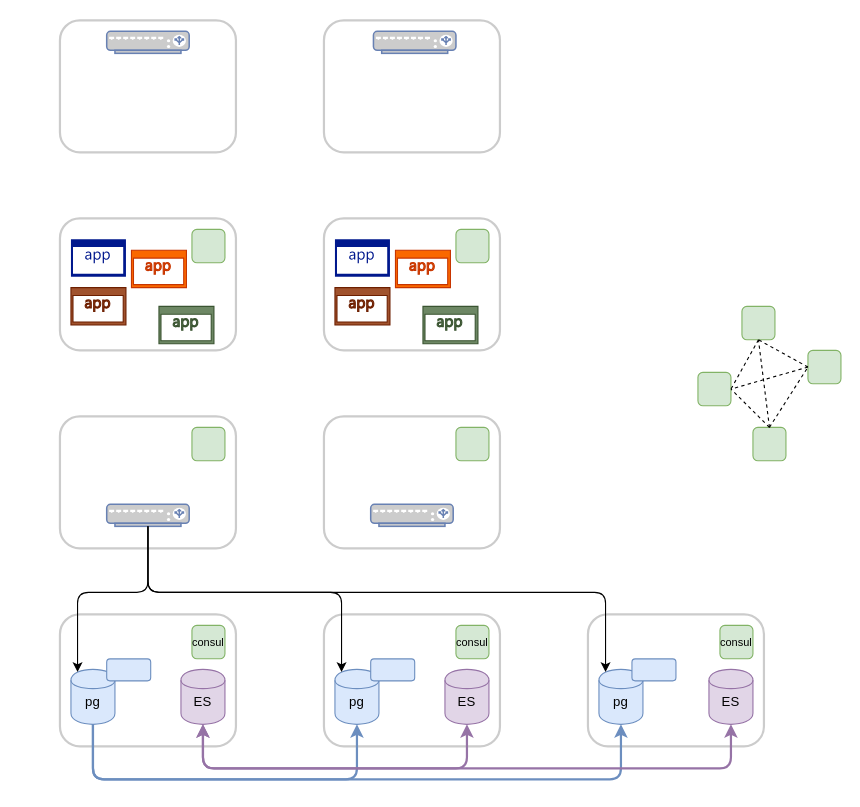
Above: arch/deployment.drawio in Arnauld/schema (draw.io), before the change. Source tidied: cells renumbered, new cells numbered last; positions are measured from the earlier drawing's top-left corner, leaving out a move shared by most shapes. Both pictures are drawn from the tidied source at 110%, with x=0, y=0 at pixel (59, 20).
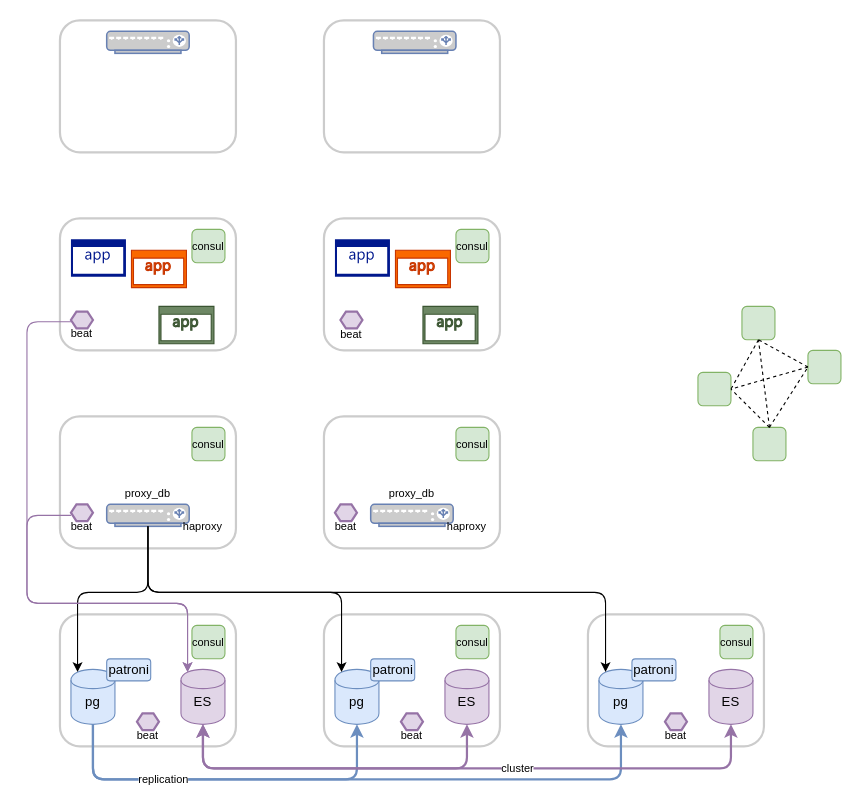
The same page after the edit.

Unchanged cells that the change refers to:
```xml
<mxCell id="22" style="shape=cylinder;whiteSpace=wrap;html=1;boundedLbl=1;backgroundOutline=1;fillColor=#e1d5e7;strokeColor=#9673a6;" parent="1" vertex="1">
  <mxGeometry x="110" y="590" width="40" height="50" as="geometry" />
</mxCell>
<mxCell id="41" style="edgeStyle=segmentEdgeStyle;endArrow=classic;html=1;exitX=0.5;exitY=1;exitDx=0;exitDy=0;entryX=0.5;entryY=1;entryDx=0;entryDy=0;fillColor=#dae8fc;strokeColor=#6c8ebf;strokeWidth=2;" parent="1" edge="1" source="21" target="19">
  <mxGeometry relative="1" as="geometry">
    <Array as="points">
      <mxPoint x="30" y="690" />
      <mxPoint x="510" y="690" />
    </Array>
  </mxGeometry>
</mxCell>
<mxCell id="42" style="edgeStyle=segmentEdgeStyle;endArrow=classic;html=1;exitX=0.5;exitY=1;exitDx=0;exitDy=0;entryX=0.5;entryY=1;entryDx=0;entryDy=0;startArrow=classic;startFill=1;fillColor=#e1d5e7;strokeColor=#9673a6;strokeWidth=2;" parent="1" edge="1" source="22" target="24">
  <mxGeometry relative="1" as="geometry">
    <Array as="points">
      <mxPoint x="130" y="680" />
      <mxPoint x="610" y="680" />
    </Array>
  </mxGeometry>
</mxCell>
```

Change to the diagram source:
```diff
@@
-    <mxCell id="25" style="rounded=1;whiteSpace=wrap;html=1;fillColor=#dae8fc;strokeColor=#6c8ebf;" parent="1" vertex="1">
+    <mxCell id="25" value="patroni" style="rounded=1;whiteSpace=wrap;html=1;fillColor=#dae8fc;strokeColor=#6c8ebf;" parent="1" vertex="1">
       <mxGeometry x="42.5" y="580.5" width="40" height="20" as="geometry" />
     </mxCell>
-    <mxCell id="26" style="rounded=1;whiteSpace=wrap;html=1;fillColor=#dae8fc;strokeColor=#6c8ebf;" parent="1" vertex="1">
+    <mxCell id="26" value="patroni" style="rounded=1;whiteSpace=wrap;html=1;fillColor=#dae8fc;strokeColor=#6c8ebf;" parent="1" vertex="1">
       <mxGeometry x="282.5" y="580.5" width="40" height="20" as="geometry" />
     </mxCell>
-    <mxCell id="27" style="rounded=1;whiteSpace=wrap;html=1;fillColor=#dae8fc;strokeColor=#6c8ebf;" parent="1" vertex="1">
+    <mxCell id="27" value="patroni" style="rounded=1;whiteSpace=wrap;html=1;fillColor=#dae8fc;strokeColor=#6c8ebf;" parent="1" vertex="1">
       <mxGeometry x="520" y="580.5" width="40" height="20" as="geometry" />
     </mxCell>
@@
-    <mxCell id="34" style="shadow=0;dashed=0;html=1;strokeColor=#6D1F00;labelPosition=center;verticalLabelPosition=bottom;verticalAlign=top;align=center;fillColor=#a0522d;shape=mxgraph.mscae.enterprise.application;fontColor=#ffffff;" parent="1" vertex="1">
-      <mxGeometry x="10" y="243" width="50" height="34" as="geometry" />
-    </mxCell>
@@
-    <mxCell id="36" style="shadow=0;dashed=0;html=1;strokeColor=#6D1F00;labelPosition=center;verticalLabelPosition=bottom;verticalAlign=top;align=center;fillColor=#a0522d;shape=mxgraph.mscae.enterprise.application;fontColor=#ffffff;" parent="1" vertex="1">
-      <mxGeometry x="250" y="243" width="50" height="34" as="geometry" />
-    </mxCell>
@@
+    <mxCell id="65" value="replication" style="edgeLabel;html=1;align=center;verticalAlign=middle;fontSize=10;" parent="41" vertex="1">
+      <mxGeometry x="-0.61" y="1" relative="1" as="geometry" />
+    </mxCell>
@@
+    <mxCell id="66" value="cluster" style="edgeLabel;html=1;align=center;verticalAlign=middle;fontSize=10;" parent="42" vertex="1">
+      <mxGeometry x="0.16" y="1" relative="1" as="geometry" />
+    </mxCell>
@@
+    <mxCell id="67" value="consul" style="text;html=1;strokeColor=none;fillColor=none;align=center;verticalAlign=middle;whiteSpace=wrap;rounded=0;fontSize=10;" parent="1" vertex="1">
+      <mxGeometry x="355" y="375.2" width="40" height="20" as="geometry" />
+    </mxCell>
+    <mxCell id="68" value="consul" style="text;html=1;strokeColor=none;fillColor=none;align=center;verticalAlign=middle;whiteSpace=wrap;rounded=0;fontSize=10;" parent="1" vertex="1">
+      <mxGeometry x="115" y="375.2" width="40" height="20" as="geometry" />
+    </mxCell>
+    <mxCell id="69" value="consul" style="text;html=1;strokeColor=none;fillColor=none;align=center;verticalAlign=middle;whiteSpace=wrap;rounded=0;fontSize=10;" parent="1" vertex="1">
+      <mxGeometry x="115" y="195.2" width="40" height="20" as="geometry" />
+    </mxCell>
+    <mxCell id="70" value="consul" style="text;html=1;strokeColor=none;fillColor=none;align=center;verticalAlign=middle;whiteSpace=wrap;rounded=0;fontSize=10;" parent="1" vertex="1">
+      <mxGeometry x="355" y="195.2" width="40" height="20" as="geometry" />
+    </mxCell>
+    <mxCell id="71" value="haproxy" style="text;html=1;strokeColor=none;fillColor=none;align=center;verticalAlign=middle;whiteSpace=wrap;rounded=0;fontSize=10;" parent="1" vertex="1">
+      <mxGeometry x="350" y="450" width="40" height="20" as="geometry" />
+    </mxCell>
+    <mxCell id="72" value="haproxy" style="text;html=1;strokeColor=none;fillColor=none;align=center;verticalAlign=middle;whiteSpace=wrap;rounded=0;fontSize=10;" parent="1" vertex="1">
+      <mxGeometry x="110" y="450" width="40" height="20" as="geometry" />
+    </mxCell>
+    <mxCell id="73" style="shape=hexagon;perimeter=hexagonPerimeter2;whiteSpace=wrap;html=1;strokeColor=#9673a6;strokeWidth=2;fontSize=10;fillColor=#e1d5e7;" parent="1" vertex="1">
+      <mxGeometry x="250" y="440" width="20" height="15.2" as="geometry" />
+    </mxCell>
+    <mxCell id="74" style="shape=hexagon;perimeter=hexagonPerimeter2;whiteSpace=wrap;html=1;strokeColor=#9673a6;strokeWidth=2;fontSize=10;fillColor=#e1d5e7;" parent="1" vertex="1">
+      <mxGeometry x="10" y="440" width="20" height="15.2" as="geometry" />
+    </mxCell>
+    <mxCell id="75" style="shape=hexagon;perimeter=hexagonPerimeter2;whiteSpace=wrap;html=1;strokeColor=#9673a6;strokeWidth=2;fontSize=10;fillColor=#e1d5e7;" parent="1" vertex="1">
+      <mxGeometry x="255" y="264.8" width="20" height="15.2" as="geometry" />
+    </mxCell>
+    <mxCell id="76" style="shape=hexagon;perimeter=hexagonPerimeter2;whiteSpace=wrap;html=1;strokeColor=#9673a6;strokeWidth=2;fontSize=10;fillColor=#e1d5e7;" parent="1" vertex="1">
+      <mxGeometry x="10" y="264.8" width="20" height="15.2" as="geometry" />
+    </mxCell>
+    <mxCell id="77" style="shape=hexagon;perimeter=hexagonPerimeter2;whiteSpace=wrap;html=1;strokeColor=#9673a6;strokeWidth=2;fontSize=10;fillColor=#e1d5e7;" parent="1" vertex="1">
+      <mxGeometry x="70" y="630" width="20" height="15.2" as="geometry" />
+    </mxCell>
+    <mxCell id="78" style="shape=hexagon;perimeter=hexagonPerimeter2;whiteSpace=wrap;html=1;strokeColor=#9673a6;strokeWidth=2;fontSize=10;fillColor=#e1d5e7;" parent="1" vertex="1">
+      <mxGeometry x="310" y="630" width="20" height="15.2" as="geometry" />
+    </mxCell>
+    <mxCell id="79" style="shape=hexagon;perimeter=hexagonPerimeter2;whiteSpace=wrap;html=1;strokeColor=#9673a6;strokeWidth=2;fontSize=10;fillColor=#e1d5e7;" parent="1" vertex="1">
+      <mxGeometry x="550" y="630" width="20" height="15.2" as="geometry" />
+    </mxCell>
+    <mxCell id="80" value="beat" style="text;html=1;strokeColor=none;fillColor=none;align=center;verticalAlign=middle;whiteSpace=wrap;rounded=0;fontSize=10;" parent="1" vertex="1">
+      <mxGeometry x="245" y="275.2" width="40" height="20" as="geometry" />
+    </mxCell>
+    <mxCell id="81" value="beat" style="text;html=1;strokeColor=none;fillColor=none;align=center;verticalAlign=middle;whiteSpace=wrap;rounded=0;fontSize=10;" parent="1" vertex="1">
+      <mxGeometry y="274" width="40" height="20" as="geometry" />
+    </mxCell>
+    <mxCell id="82" value="beat" style="text;html=1;strokeColor=none;fillColor=none;align=center;verticalAlign=middle;whiteSpace=wrap;rounded=0;fontSize=10;" parent="1" vertex="1">
+      <mxGeometry y="450" width="40" height="20" as="geometry" />
+    </mxCell>
+    <mxCell id="83" value="beat" style="text;html=1;strokeColor=none;fillColor=none;align=center;verticalAlign=middle;whiteSpace=wrap;rounded=0;fontSize=10;" parent="1" vertex="1">
+      <mxGeometry x="240" y="450" width="40" height="20" as="geometry" />
+    </mxCell>
+    <mxCell id="84" value="beat" style="text;html=1;strokeColor=none;fillColor=none;align=center;verticalAlign=middle;whiteSpace=wrap;rounded=0;fontSize=10;" parent="1" vertex="1">
+      <mxGeometry x="60" y="640" width="40" height="20" as="geometry" />
+    </mxCell>
+    <mxCell id="85" value="beat" style="text;html=1;strokeColor=none;fillColor=none;align=center;verticalAlign=middle;whiteSpace=wrap;rounded=0;fontSize=10;" parent="1" vertex="1">
+      <mxGeometry x="300" y="640" width="40" height="20" as="geometry" />
+    </mxCell>
+    <mxCell id="86" value="beat" style="text;html=1;strokeColor=none;fillColor=none;align=center;verticalAlign=middle;whiteSpace=wrap;rounded=0;fontSize=10;" parent="1" vertex="1">
+      <mxGeometry x="540" y="640" width="40" height="20" as="geometry" />
+    </mxCell>
+    <mxCell id="87" style="edgeStyle=segmentEdgeStyle;endArrow=classic;html=1;strokeColor=#9673a6;strokeWidth=1;fontSize=10;exitX=0.25;exitY=0;exitDx=0;exitDy=0;entryX=0.15;entryY=0.05;entryDx=0;entryDy=0;entryPerimeter=0;fillColor=#e1d5e7;" parent="1" edge="1" source="81" target="22">
+      <mxGeometry relative="1" as="geometry">
+        <Array as="points">
+          <mxPoint x="-30" y="274" />
+          <mxPoint x="-30" y="530" />
+          <mxPoint x="116" y="530" />
+        </Array>
+      </mxGeometry>
+    </mxCell>
+    <mxCell id="88" style="edgeStyle=segmentEdgeStyle;endArrow=classic;html=1;strokeColor=#9673a6;strokeWidth=1;fontSize=10;exitX=0.25;exitY=0;exitDx=0;exitDy=0;entryX=0.15;entryY=0.05;entryDx=0;entryDy=0;entryPerimeter=0;fillColor=#e1d5e7;" parent="1" edge="1" source="82" target="22">
+      <mxGeometry relative="1" as="geometry">
+        <Array as="points">
+          <mxPoint x="-30" y="450" />
+          <mxPoint x="-30" y="530" />
+          <mxPoint x="116" y="530" />
+        </Array>
+      </mxGeometry>
+    </mxCell>
+    <mxCell id="89" value="proxy_db" style="text;html=1;strokeColor=none;fillColor=none;align=center;verticalAlign=middle;whiteSpace=wrap;rounded=0;fontSize=10;" parent="1" vertex="1">
+      <mxGeometry x="300" y="420" width="40" height="20" as="geometry" />
+    </mxCell>
+    <mxCell id="90" value="proxy_db" style="text;html=1;strokeColor=none;fillColor=none;align=center;verticalAlign=middle;whiteSpace=wrap;rounded=0;fontSize=10;" parent="1" vertex="1">
+      <mxGeometry x="60" y="420" width="40" height="20" as="geometry" />
+    </mxCell>
```
